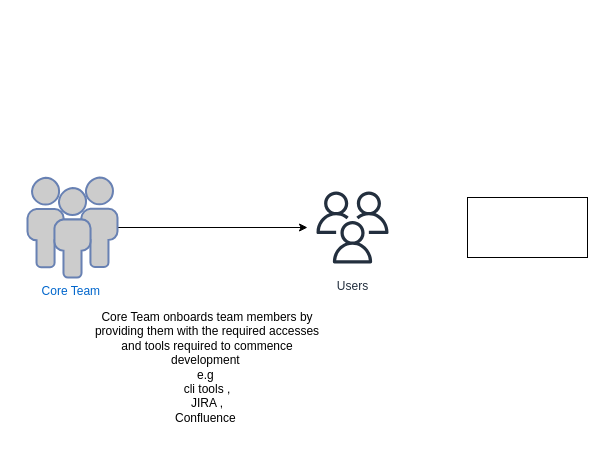
Above: page "Internal process flow" (2 of 2) of icurity.drawio in tyger-rareatom/consulting-architectures (draw.io), before the change. Source tidied: cells renumbered, new cells numbered last; positions are measured from the earlier drawing's top-left corner, leaving out a move shared by most shapes. Both pictures are drawn from the tidied source at 100%, with x=0, y=0 at pixel (27, 177).
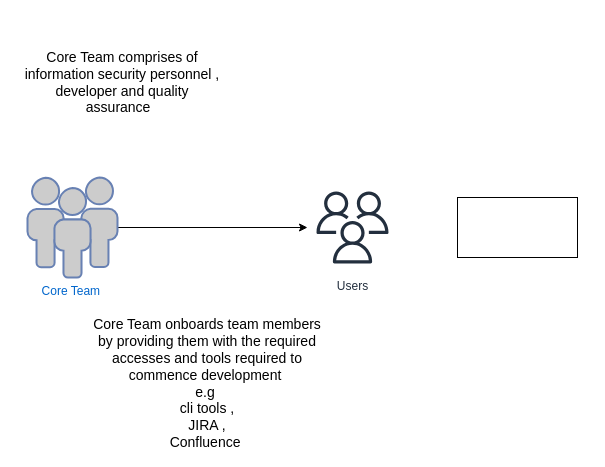
The same page after the edit.

Commit message:
Enhancing the diagram and flow

What changed in the source:
```diff
@@
 <mxGraphModel>
   <root>
     <mxCell id="0" />
     <mxCell id="1" parent="0" />
     <mxCell id="2" style="edgeStyle=orthogonalEdgeStyle;rounded=0;jettySize=auto;html=1;" parent="1" edge="1" source="3" target="4">
       <mxGeometry relative="1" as="geometry" />
     </mxCell>
     <mxCell id="3" value="Core Team&amp;nbsp;" style="fontColor=#0066CC;verticalAlign=top;verticalLabelPosition=bottom;labelPosition=center;align=center;html=1;outlineConnect=0;fillColor=#CCCCCC;strokeColor=#6881B3;gradientColor=none;gradientDirection=north;strokeWidth=2;shape=mxgraph.networks.users;" parent="1" vertex="1">
       <mxGeometry width="90" height="100" as="geometry" />
     </mxCell>
     <mxCell id="4" value="Users" style="sketch=0;outlineConnect=0;fontColor=#232F3E;gradientColor=none;strokeColor=#232F3E;fillColor=#ffffff;dashed=0;verticalLabelPosition=bottom;verticalAlign=top;align=center;html=1;fontSize=12;fontStyle=0;shape=mxgraph.aws4.resourceIcon;resIcon=mxgraph.aws4.users;" parent="1" vertex="1">
       <mxGeometry x="280" y="5" width="90" height="90" as="geometry" />
     </mxCell>
-    <mxCell id="5" value="Core Team onboards team members by providing them with the required accesses and tools required to commence development&amp;nbsp;&lt;br&gt;e.g&amp;nbsp;&lt;br&gt;cli tools ,&lt;br&gt;JIRA ,&lt;br&gt;Confluence&amp;nbsp;" style="text;html=1;strokeColor=none;fillColor=none;align=center;verticalAlign=middle;whiteSpace=wrap;rounded=0;" parent="1" vertex="1">
-      <mxGeometry x="60" y="130" width="240" height="120" as="geometry" />
+    <mxCell id="5" value="&lt;font style=&quot;font-size: 14px&quot;&gt;Core Team onboards team members by providing them with the required accesses and tools required to commence development&amp;nbsp;&lt;br&gt;e.g&amp;nbsp;&lt;br&gt;cli tools ,&lt;br&gt;JIRA ,&lt;br&gt;Confluence&amp;nbsp;&lt;/font&gt;" style="text;html=1;strokeColor=none;fillColor=none;align=center;verticalAlign=middle;whiteSpace=wrap;rounded=0;" parent="1" vertex="1">
+      <mxGeometry x="60" y="143" width="240" height="125" as="geometry" />
     </mxCell>
     <mxCell id="6" style="rounded=0;whiteSpace=wrap;html=1;" parent="1" vertex="1">
-      <mxGeometry x="440" y="20" width="120" height="60" as="geometry" />
+      <mxGeometry x="430" y="20" width="120" height="60" as="geometry" />
     </mxCell>
+    <mxCell id="7" value="&lt;font style=&quot;font-size: 14px&quot;&gt;Core Team comprises of information security personnel , developer and quality assurance&amp;nbsp;&amp;nbsp;&lt;/font&gt;" style="text;html=1;strokeColor=none;fillColor=none;align=center;verticalAlign=middle;whiteSpace=wrap;rounded=0;" parent="1" vertex="1">
+      <mxGeometry x="-10" y="-160" width="210" height="130" as="geometry" />
+    </mxCell>
   </root>
 </mxGraphModel>
```
